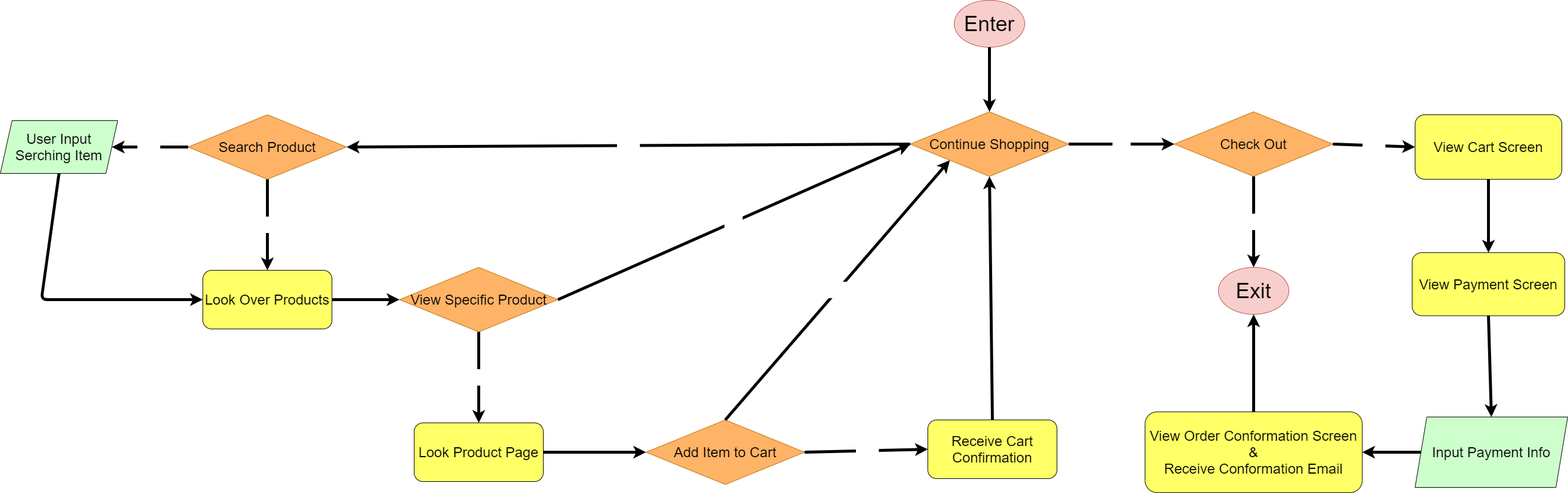
The draw.io diagram explore/diagramming/diagram.drawio.png in tianyuezhang1997/fa21-cse110-lab4, before a commit. Source tidied: cells renumbered, new cells last; positions are measured from the earlier drawing's top-left corner, leaving out a move shared by most shapes.
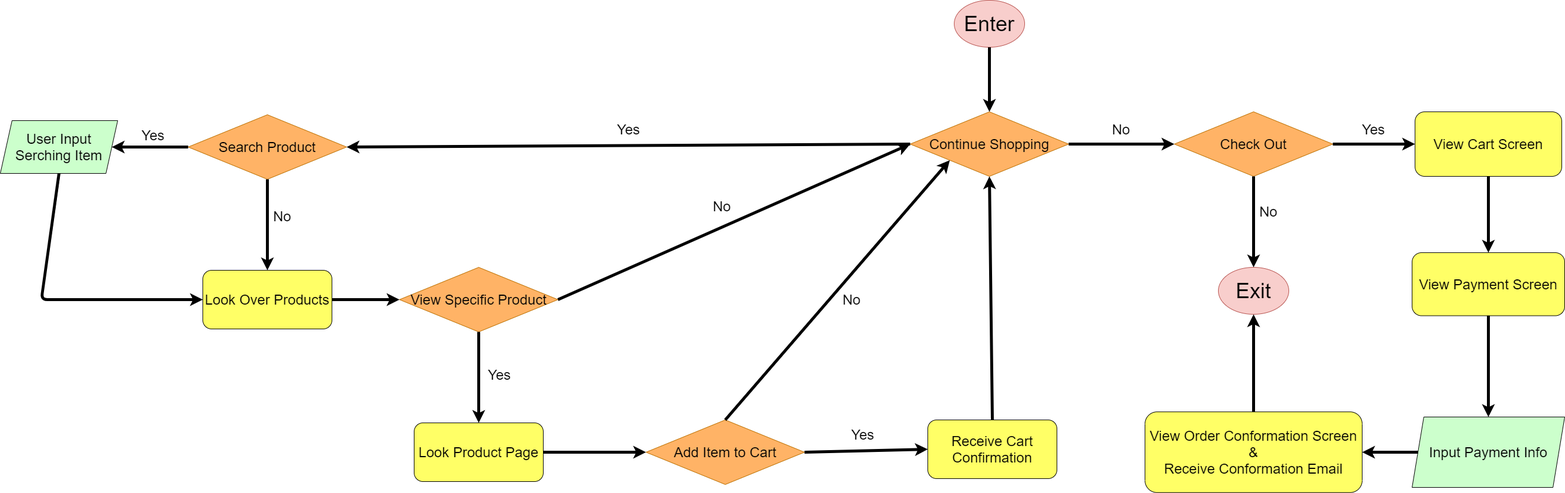
After the commit.

The edit, as a diff of the source:
```diff
@@ -11,29 +11,35 @@
     <mxCell id="4" style="endArrow=classic;html=1;fontSize=24;strokeColor=#000000;strokeWidth=5;entryX=0.5;entryY=0;entryDx=0;entryDy=0;fontColor=#FFFFFF;exitX=0.5;exitY=1;exitDx=0;exitDy=0;" parent="1" edge="1" source="2" target="3">
       <mxGeometry relative="1" as="geometry" />
     </mxCell>
-    <mxCell id="5" value="No" style="endArrow=classic;html=1;fontSize=24;strokeColor=#000000;strokeWidth=5;exitX=1;exitY=0.5;exitDx=0;exitDy=0;entryX=0;entryY=0.5;entryDx=0;entryDy=0;fontColor=#FFFFFF;" parent="1" edge="1" source="3" target="6">
-      <mxGeometry relative="1" as="geometry" />
+    <mxCell id="5" value="No" style="endArrow=classic;html=1;fontSize=24;strokeColor=#000000;strokeWidth=5;exitX=1;exitY=0.5;exitDx=0;exitDy=0;entryX=0;entryY=0.5;entryDx=0;entryDy=0;fontColor=#000000;" parent="1" edge="1" source="3" target="6">
+      <mxGeometry y="25" relative="1" as="geometry">
+        <mxPoint x="-1" as="offset" />
+      </mxGeometry>
     </mxCell>
     <mxCell id="6" value="Check Out" style="rhombus;whiteSpace=wrap;html=1;strokeColor=#BD7000;fontColor=#000000;fillColor=#FFB366;fontSize=24;" parent="1" vertex="1">
       <mxGeometry x="2000" y="190" width="270" height="110" as="geometry" />
     </mxCell>
-    <mxCell id="7" value="No" style="endArrow=classic;html=1;fontSize=24;strokeColor=#000000;strokeWidth=5;fontColor=#FFFFFF;entryX=0.5;entryY=0;entryDx=0;entryDy=0;exitX=0.5;exitY=1;exitDx=0;exitDy=0;" parent="1" edge="1" source="6" target="35">
-      <mxGeometry relative="1" as="geometry" />
+    <mxCell id="7" value="No" style="endArrow=classic;html=1;fontSize=24;strokeColor=#000000;strokeWidth=5;entryX=0.5;entryY=0;entryDx=0;entryDy=0;exitX=0.5;exitY=1;exitDx=0;exitDy=0;fontColor=#000000;" parent="1" edge="1" source="6" target="35">
+      <mxGeometry x="-0.23" y="25" relative="1" as="geometry" />
     </mxCell>
-    <mxCell id="8" value="Yes" style="endArrow=classic;html=1;fontSize=24;strokeColor=#000000;strokeWidth=5;fontColor=#FFFFFF;exitX=0;exitY=0.5;exitDx=0;exitDy=0;entryX=1;entryY=0.5;entryDx=0;entryDy=0;" parent="1" edge="1" source="3" target="10">
-      <mxGeometry relative="1" as="geometry" />
+    <mxCell id="8" value="Yes" style="endArrow=classic;html=1;fontSize=24;strokeColor=#000000;strokeWidth=5;exitX=0;exitY=0.5;exitDx=0;exitDy=0;entryX=1;entryY=0.5;entryDx=0;entryDy=0;fontColor=#000000;" parent="1" edge="1" source="3" target="10">
+      <mxGeometry y="-27" relative="1" as="geometry">
+        <mxPoint y="-1" as="offset" />
+      </mxGeometry>
     </mxCell>
-    <mxCell id="9" value="Yes" style="endArrow=classic;html=1;fontSize=24;strokeColor=#000000;strokeWidth=5;fontColor=#FFFFFF;exitX=1;exitY=0.5;exitDx=0;exitDy=0;entryX=0;entryY=0.5;entryDx=0;entryDy=0;" parent="1" edge="1" source="6" target="26">
-      <mxGeometry relative="1" as="geometry" />
+    <mxCell id="9" value="Yes" style="endArrow=classic;html=1;fontSize=24;strokeColor=#000000;strokeWidth=5;exitX=1;exitY=0.5;exitDx=0;exitDy=0;entryX=0;entryY=0.5;entryDx=0;entryDy=0;fontColor=#000000;" parent="1" edge="1" source="6" target="26">
+      <mxGeometry y="25" relative="1" as="geometry">
+        <mxPoint x="-1" as="offset" />
+      </mxGeometry>
     </mxCell>
     <mxCell id="10" value="Search Product" style="rhombus;whiteSpace=wrap;html=1;strokeColor=#BD7000;fontColor=#000000;fillColor=#FFB366;fontSize=24;" parent="1" vertex="1">
       <mxGeometry x="320" y="195" width="270" height="110" as="geometry" />
     </mxCell>
-    <mxCell id="11" value="No&lt;br&gt;" style="endArrow=classic;html=1;fontSize=24;strokeColor=#000000;strokeWidth=5;fontColor=#FFFFFF;exitX=0.5;exitY=1;exitDx=0;exitDy=0;entryX=0.5;entryY=0;entryDx=0;entryDy=0;" parent="1" edge="1" source="10" target="13">
-      <mxGeometry relative="1" as="geometry" />
+    <mxCell id="11" value="No&lt;br&gt;" style="endArrow=classic;html=1;fontSize=24;strokeColor=#000000;strokeWidth=5;exitX=0.5;exitY=1;exitDx=0;exitDy=0;entryX=0.5;entryY=0;entryDx=0;entryDy=0;fontColor=#000000;" parent="1" edge="1" source="10" target="13">
+      <mxGeometry x="-0.16" y="25" relative="1" as="geometry" />
     </mxCell>
-    <mxCell id="12" value="Yes&lt;br&gt;" style="endArrow=classic;html=1;fontSize=24;strokeColor=#000000;strokeWidth=5;exitX=0;exitY=0.5;exitDx=0;exitDy=0;fontColor=#FFFFFF;entryX=1;entryY=0.5;entryDx=0;entryDy=0;" parent="1" edge="1" source="10" target="29">
-      <mxGeometry relative="1" as="geometry" />
+    <mxCell id="12" value="Yes&lt;br&gt;" style="endArrow=classic;html=1;fontSize=24;strokeColor=#000000;strokeWidth=5;exitX=0;exitY=0.5;exitDx=0;exitDy=0;entryX=1;entryY=0.5;entryDx=0;entryDy=0;fontColor=#000000;" parent="1" edge="1" source="10" target="29">
+      <mxGeometry x="-0.08" y="-20" relative="1" as="geometry" />
     </mxCell>
     <mxCell id="13" value="Look Over Products" style="rounded=1;whiteSpace=wrap;html=1;fontSize=24;fontColor=#000000;fillColor=#FFFF66;" parent="1" vertex="1">
       <mxGeometry x="345" y="460" width="220" height="100" as="geometry" />
@@ -51,11 +57,11 @@
     <mxCell id="16" style="endArrow=classic;html=1;fontSize=24;strokeColor=#000000;strokeWidth=5;fontColor=#FFFFFF;exitX=1;exitY=0.5;exitDx=0;exitDy=0;entryX=0;entryY=0.5;entryDx=0;entryDy=0;" parent="1" edge="1" source="13" target="15">
       <mxGeometry relative="1" as="geometry" />
     </mxCell>
-    <mxCell id="17" value="Yes" style="endArrow=classic;html=1;fontSize=24;strokeColor=#000000;strokeWidth=5;fontColor=#FFFFFF;exitX=0.5;exitY=1;exitDx=0;exitDy=0;entryX=0.5;entryY=0;entryDx=0;entryDy=0;" parent="1" edge="1" source="15" target="20">
-      <mxGeometry relative="1" as="geometry" />
+    <mxCell id="17" value="Yes" style="endArrow=classic;html=1;fontSize=24;strokeColor=#000000;strokeWidth=5;exitX=0.5;exitY=1;exitDx=0;exitDy=0;entryX=0.5;entryY=0;entryDx=0;entryDy=0;fontColor=#000000;" parent="1" edge="1" source="15" target="20">
+      <mxGeometry x="-0.03" y="35" relative="1" as="geometry" />
     </mxCell>
-    <mxCell id="18" value="No" style="endArrow=classic;html=1;fontSize=24;strokeColor=#000000;strokeWidth=5;exitX=1;exitY=0.5;exitDx=0;exitDy=0;fontColor=#FFFFFF;entryX=0;entryY=0.5;entryDx=0;entryDy=0;" parent="1" edge="1" source="15" target="3">
-      <mxGeometry relative="1" as="geometry" />
+    <mxCell id="18" value="No" style="endArrow=classic;html=1;fontSize=24;strokeColor=#000000;strokeWidth=5;exitX=1;exitY=0.5;exitDx=0;exitDy=0;entryX=0;entryY=0.5;entryDx=0;entryDy=0;fontColor=#000000;" parent="1" edge="1" source="15" target="3">
+      <mxGeometry x="-0.02" y="33" relative="1" as="geometry" />
     </mxCell>
     <mxCell id="19" value="Add Item to Cart" style="rhombus;whiteSpace=wrap;html=1;strokeColor=#BD7000;fontColor=#000000;fillColor=#FFB366;fontSize=24;" parent="1" vertex="1">
       <mxGeometry x="1100" y="715" width="270" height="110" as="geometry" />
@@ -63,14 +69,16 @@
     <mxCell id="20" value="Look Product Page" style="rounded=1;whiteSpace=wrap;html=1;fontSize=24;fontColor=#000000;fillColor=#FFFF66;" parent="1" vertex="1">
       <mxGeometry x="705" y="720" width="220" height="100" as="geometry" />
     </mxCell>
-    <mxCell id="21" value="No" style="endArrow=classic;html=1;fontSize=24;strokeColor=#000000;strokeWidth=5;fontColor=#FFFFFF;entryX=0;entryY=1;entryDx=0;entryDy=0;exitX=0.5;exitY=0;exitDx=0;exitDy=0;" parent="1" edge="1" source="19" target="3">
-      <mxGeometry relative="1" as="geometry" />
+    <mxCell id="21" value="No" style="endArrow=classic;html=1;fontSize=24;strokeColor=#000000;strokeWidth=5;entryX=0;entryY=1;entryDx=0;entryDy=0;exitX=0.5;exitY=0;exitDx=0;exitDy=0;fontColor=#000000;" parent="1" edge="1" source="19" target="3">
+      <mxGeometry x="0.01" y="-29" relative="1" as="geometry">
+        <mxPoint x="-1" as="offset" />
+      </mxGeometry>
     </mxCell>
     <mxCell id="22" style="endArrow=classic;html=1;fontSize=24;strokeColor=#000000;strokeWidth=5;fontColor=#FFFFFF;exitX=1;exitY=0.5;exitDx=0;exitDy=0;entryX=0;entryY=0.5;entryDx=0;entryDy=0;" parent="1" edge="1" source="20" target="19">
       <mxGeometry relative="1" as="geometry" />
     </mxCell>
-    <mxCell id="23" value="Yes" style="endArrow=classic;html=1;fontSize=24;strokeColor=#000000;strokeWidth=5;fontColor=#FFFFFF;exitX=1;exitY=0.5;exitDx=0;exitDy=0;entryX=0;entryY=0.5;entryDx=0;entryDy=0;" parent="1" edge="1" source="19" target="24">
-      <mxGeometry relative="1" as="geometry" />
+    <mxCell id="23" value="Yes" style="endArrow=classic;html=1;fontSize=24;strokeColor=#000000;strokeWidth=5;exitX=1;exitY=0.5;exitDx=0;exitDy=0;entryX=0;entryY=0.5;entryDx=0;entryDy=0;fontColor=#000000;" parent="1" edge="1" source="19" target="24">
+      <mxGeometry x="-0.04" y="28" relative="1" as="geometry" />
     </mxCell>
     <mxCell id="24" value="Receive Cart Confirmation" style="rounded=1;whiteSpace=wrap;html=1;fontSize=24;fontColor=#000000;fillColor=#FFFF66;" parent="1" vertex="1">
       <mxGeometry x="1580" y="715" width="220" height="100" as="geometry" />
@@ -79,7 +87,7 @@
       <mxGeometry relative="1" as="geometry" />
     </mxCell>
     <mxCell id="26" value="View Cart Screen" style="rounded=1;whiteSpace=wrap;html=1;fontSize=24;fontColor=#000000;fillColor=#FFFF66;" parent="1" vertex="1">
-      <mxGeometry x="2410" y="195" width="250" height="110" as="geometry" />
+      <mxGeometry x="2410" y="190" width="250" height="110" as="geometry" />
     </mxCell>
     <mxCell id="27" value="View Payment Screen" style="rounded=1;whiteSpace=wrap;html=1;fontSize=24;fontColor=#000000;fillColor=#FFFF66;" parent="1" vertex="1">
       <mxGeometry x="2405" y="430" width="260" height="107.5" as="geometry" />
@@ -91,7 +99,7 @@
       <mxGeometry y="205" width="200" height="90" as="geometry" />
     </mxCell>
     <mxCell id="30" value="Input Payment Info" style="shape=parallelogram;perimeter=parallelogramPerimeter;whiteSpace=wrap;html=1;fixedSize=1;fontSize=24;fontColor=#000000;fillColor=#CCFFCC;" parent="1" vertex="1">
-      <mxGeometry x="2410" y="710" width="260" height="120" as="geometry" />
+      <mxGeometry x="2405" y="710" width="260" height="120" as="geometry" />
     </mxCell>
     <mxCell id="31" style="endArrow=classic;html=1;fontSize=24;strokeColor=#000000;strokeWidth=5;fontColor=#FFFFFF;exitX=0.5;exitY=1;exitDx=0;exitDy=0;entryX=0.5;entryY=0;entryDx=0;entryDy=0;" parent="1" edge="1" source="27" target="30">
       <mxGeometry relative="1" as="geometry" />
```
